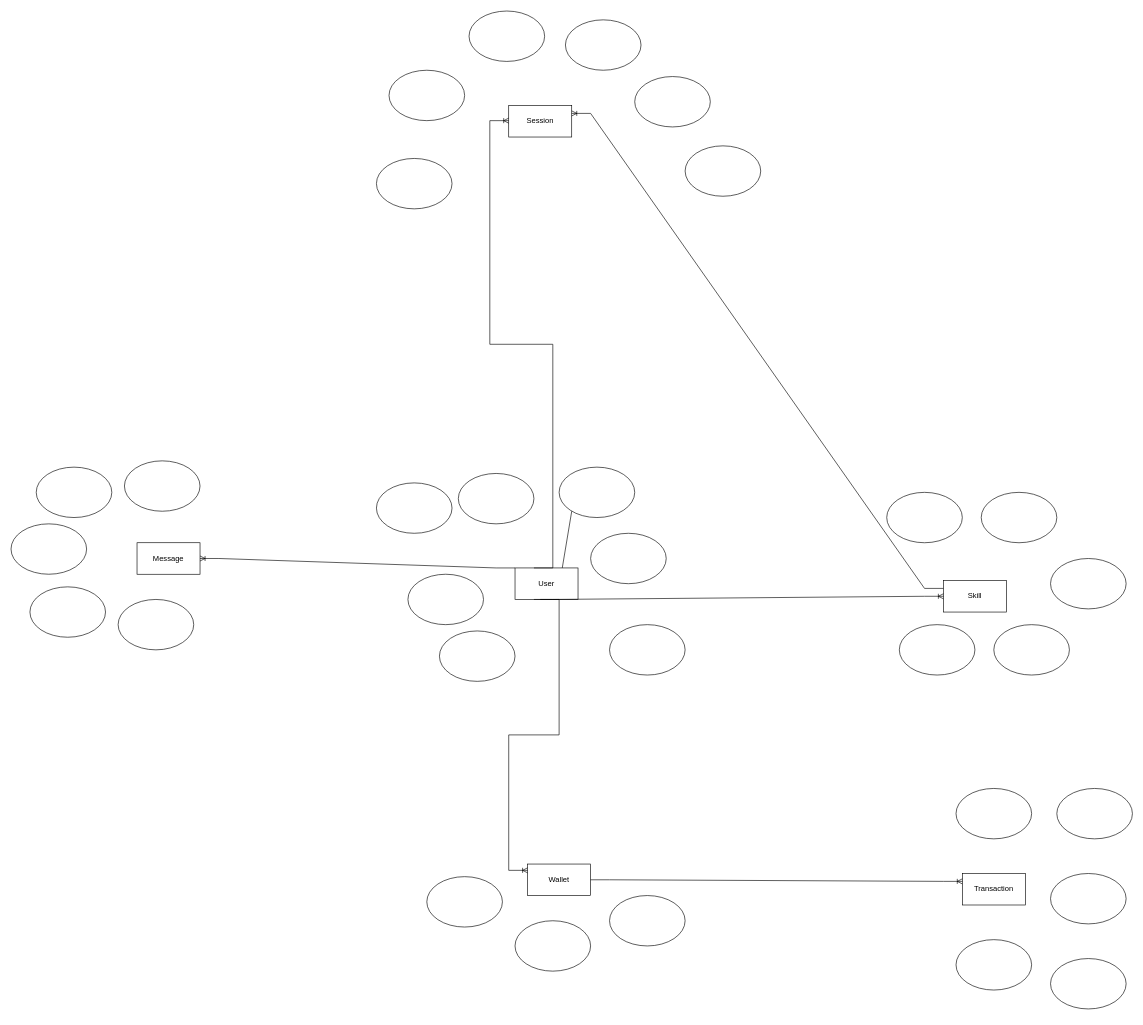
Above: public/ERD.drawio in yousmakhayyam/ESha-repo (draw.io), before the change. Source tidied: cells renumbered, new cells numbered last; positions are measured from the earlier drawing's top-left corner, leaving out a move shared by most shapes. Both pictures are drawn from the tidied source at 63%, with x=0, y=0 at pixel (11, 11).
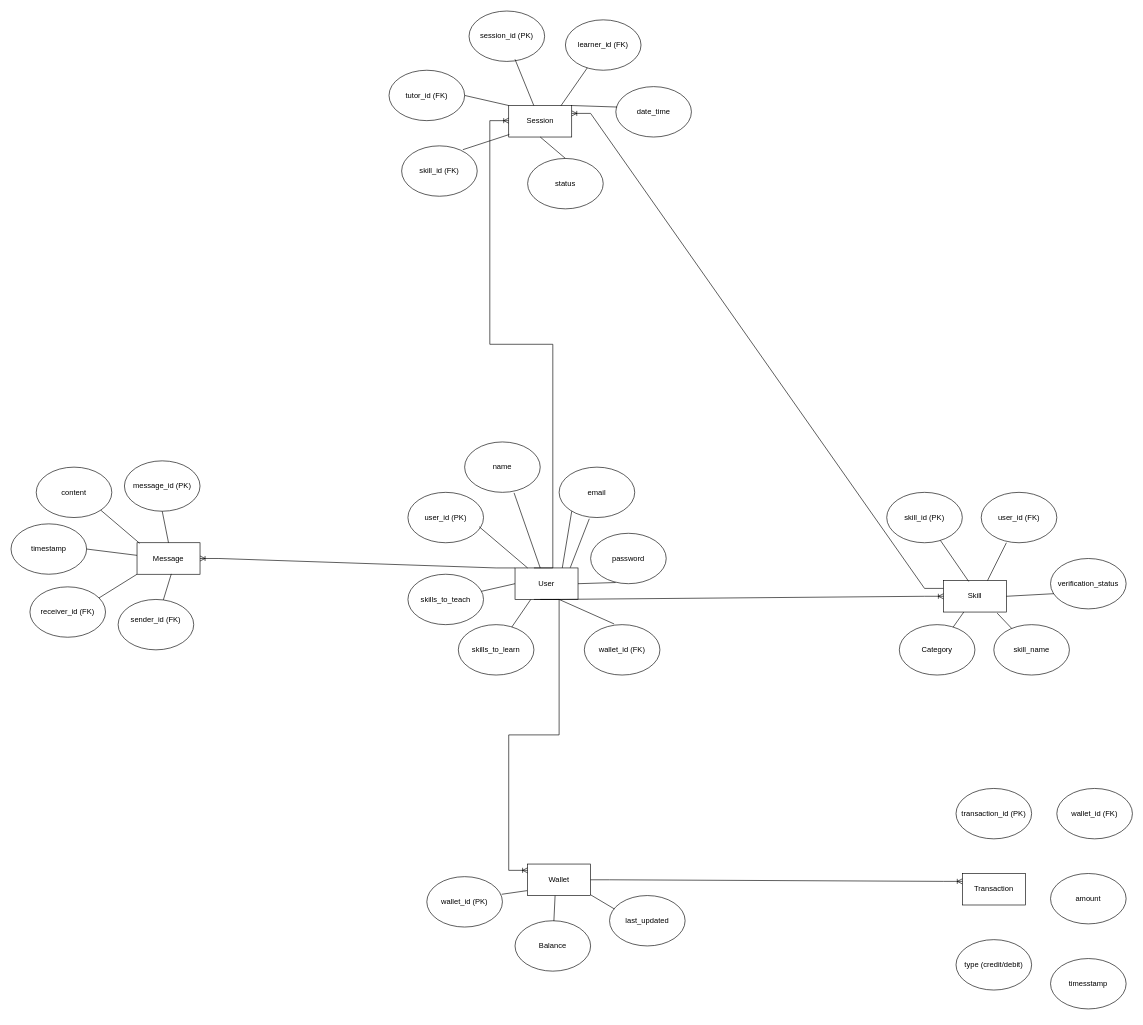
The same diagram, later.

Unchanged cells that the change refers to:
```xml
<mxCell id="2" value="Skill" style="html=1;dashed=0;whiteSpace=wrap;" parent="1" vertex="1">
  <mxGeometry x="1480" y="904" width="100" height="50" as="geometry" />
</mxCell>
<mxCell id="3" value="Message" style="html=1;dashed=0;whiteSpace=wrap;" parent="1" vertex="1">
  <mxGeometry x="200" y="844" width="100" height="50" as="geometry" />
</mxCell>
<mxCell id="5" value="Wallet" style="html=1;dashed=0;whiteSpace=wrap;" parent="1" vertex="1">
  <mxGeometry x="820" y="1354" width="100" height="50" as="geometry" />
</mxCell>
<mxCell id="6" value="User" style="html=1;dashed=0;whiteSpace=wrap;" parent="1" vertex="1">
  <mxGeometry x="800" y="884" width="100" height="50" as="geometry" />
</mxCell>
<mxCell id="7" value="Session" style="html=1;dashed=0;whiteSpace=wrap;" parent="1" vertex="1">
  <mxGeometry x="790" y="150" width="100" height="50" as="geometry" />
</mxCell>
```

What changed in the source:
```diff
@@
-    <mxCell id="8" style="ellipse;whiteSpace=wrap;html=1;" parent="1" vertex="1">
+    <mxCell id="8" value="email" style="ellipse;whiteSpace=wrap;html=1;" parent="1" vertex="1">
       <mxGeometry x="870" y="724" width="120" height="80" as="geometry" />
     </mxCell>
-    <mxCell id="9" style="ellipse;whiteSpace=wrap;html=1;" parent="1" vertex="1">
-      <mxGeometry x="710" y="734" width="120" height="80" as="geometry" />
+    <mxCell id="9" value="name" style="ellipse;whiteSpace=wrap;html=1;" parent="1" vertex="1">
+      <mxGeometry x="720" y="684" width="120" height="80" as="geometry" />
     </mxCell>
-    <mxCell id="10" style="ellipse;whiteSpace=wrap;html=1;" parent="1" vertex="1">
-      <mxGeometry x="950" y="974" width="120" height="80" as="geometry" />
+    <mxCell id="10" value="wallet_id (FK)" style="ellipse;whiteSpace=wrap;html=1;" parent="1" vertex="1">
+      <mxGeometry x="910" y="974" width="120" height="80" as="geometry" />
     </mxCell>
-    <mxCell id="11" style="ellipse;whiteSpace=wrap;html=1;" parent="1" vertex="1">
+    <mxCell id="11" value="password" style="ellipse;whiteSpace=wrap;html=1;" parent="1" vertex="1">
       <mxGeometry x="920" y="829" width="120" height="80" as="geometry" />
     </mxCell>
-    <mxCell id="12" style="ellipse;whiteSpace=wrap;html=1;" parent="1" vertex="1">
-      <mxGeometry x="580" y="749" width="120" height="80" as="geometry" />
+    <mxCell id="12" value="user_id (PK)" style="ellipse;whiteSpace=wrap;html=1;" parent="1" vertex="1">
+      <mxGeometry x="630" y="764" width="120" height="80" as="geometry" />
     </mxCell>
-    <mxCell id="13" style="ellipse;whiteSpace=wrap;html=1;" parent="1" vertex="1">
+    <mxCell id="13" value="wallet_id (PK)" style="ellipse;whiteSpace=wrap;html=1;" parent="1" vertex="1">
       <mxGeometry x="660" y="1374" width="120" height="80" as="geometry" />
     </mxCell>
-    <mxCell id="14" style="ellipse;whiteSpace=wrap;html=1;" parent="1" vertex="1">
+    <mxCell id="14" value="timesstamp" style="ellipse;whiteSpace=wrap;html=1;" parent="1" vertex="1">
       <mxGeometry x="1650" y="1504" width="120" height="80" as="geometry" />
     </mxCell>
-    <mxCell id="15" style="ellipse;whiteSpace=wrap;html=1;" parent="1" vertex="1">
+    <mxCell id="15" value="skill_id (PK)" style="ellipse;whiteSpace=wrap;html=1;" parent="1" vertex="1">
       <mxGeometry x="1390" y="764" width="120" height="80" as="geometry" />
     </mxCell>
-    <mxCell id="16" style="ellipse;whiteSpace=wrap;html=1;" parent="1" vertex="1">
+    <mxCell id="16" value="Category" style="ellipse;whiteSpace=wrap;html=1;" parent="1" vertex="1">
       <mxGeometry x="1410" y="974" width="120" height="80" as="geometry" />
     </mxCell>
-    <mxCell id="17" style="ellipse;whiteSpace=wrap;html=1;" parent="1" vertex="1">
+    <mxCell id="17" value="verification_status" style="ellipse;whiteSpace=wrap;html=1;" parent="1" vertex="1">
       <mxGeometry x="1650" y="869" width="120" height="80" as="geometry" />
     </mxCell>
-    <mxCell id="18" style="ellipse;whiteSpace=wrap;html=1;" parent="1" vertex="1">
+    <mxCell id="18" value="user_id (FK)" style="ellipse;whiteSpace=wrap;html=1;" parent="1" vertex="1">
       <mxGeometry x="1540" y="764" width="120" height="80" as="geometry" />
     </mxCell>
-    <mxCell id="19" style="ellipse;whiteSpace=wrap;html=1;" parent="1" vertex="1">
+    <mxCell id="19" value="skill_name" style="ellipse;whiteSpace=wrap;html=1;" parent="1" vertex="1">
       <mxGeometry x="1560" y="974" width="120" height="80" as="geometry" />
     </mxCell>
-    <mxCell id="20" style="ellipse;whiteSpace=wrap;html=1;" parent="1" vertex="1">
+    <mxCell id="20" value="amount" style="ellipse;whiteSpace=wrap;html=1;" parent="1" vertex="1">
       <mxGeometry x="1650" y="1369" width="120" height="80" as="geometry" />
     </mxCell>
-    <mxCell id="21" style="ellipse;whiteSpace=wrap;html=1;" parent="1" vertex="1">
-      <mxGeometry x="680" y="984" width="120" height="80" as="geometry" />
+    <mxCell id="21" value="skills_to_learn" style="ellipse;whiteSpace=wrap;html=1;" parent="1" vertex="1">
+      <mxGeometry x="710" y="974" width="120" height="80" as="geometry" />
     </mxCell>
-    <mxCell id="22" style="ellipse;whiteSpace=wrap;html=1;" parent="1" vertex="1">
+    <mxCell id="22" value="type (credit/debit)" style="ellipse;whiteSpace=wrap;html=1;" parent="1" vertex="1">
       <mxGeometry x="1500" y="1474" width="120" height="80" as="geometry" />
     </mxCell>
-    <mxCell id="23" style="ellipse;whiteSpace=wrap;html=1;" parent="1" vertex="1">
+    <mxCell id="23" value="skills_to_teach" style="ellipse;whiteSpace=wrap;html=1;" parent="1" vertex="1">
       <mxGeometry x="630" y="894" width="120" height="80" as="geometry" />
     </mxCell>
@@
-    <mxCell id="25" style="ellipse;whiteSpace=wrap;html=1;" parent="1" vertex="1">
+    <mxCell id="25" value="timestamp" style="ellipse;whiteSpace=wrap;html=1;" parent="1" vertex="1">
       <mxGeometry y="814" width="120" height="80" as="geometry" />
     </mxCell>
-    <mxCell id="26" style="ellipse;whiteSpace=wrap;html=1;" parent="1" vertex="1">
+    <mxCell id="26" value="content" style="ellipse;whiteSpace=wrap;html=1;" parent="1" vertex="1">
       <mxGeometry x="40" y="724" width="120" height="80" as="geometry" />
     </mxCell>
-    <mxCell id="27" style="ellipse;whiteSpace=wrap;html=1;" parent="1" vertex="1">
+    <mxCell id="27" value="receiver_id (FK)" style="ellipse;whiteSpace=wrap;html=1;" parent="1" vertex="1">
       <mxGeometry x="30" y="914" width="120" height="80" as="geometry" />
     </mxCell>
-    <mxCell id="28" style="ellipse;whiteSpace=wrap;html=1;" parent="1" vertex="1">
+    <mxCell id="28" value="&#10;sender_id (FK)&#10;&#10;" style="ellipse;whiteSpace=wrap;html=1;" parent="1" vertex="1">
       <mxGeometry x="170" y="934" width="120" height="80" as="geometry" />
     </mxCell>
-    <mxCell id="29" style="ellipse;whiteSpace=wrap;html=1;" parent="1" vertex="1">
+    <mxCell id="29" value="message_id (PK)" style="ellipse;whiteSpace=wrap;html=1;" parent="1" vertex="1">
       <mxGeometry x="180" y="714" width="120" height="80" as="geometry" />
     </mxCell>
-    <mxCell id="30" style="ellipse;whiteSpace=wrap;html=1;" parent="1" vertex="1">
+    <mxCell id="30" value="Balance" style="ellipse;whiteSpace=wrap;html=1;" parent="1" vertex="1">
       <mxGeometry x="800" y="1444" width="120" height="80" as="geometry" />
     </mxCell>
-    <mxCell id="31" style="ellipse;whiteSpace=wrap;html=1;" parent="1" vertex="1">
+    <mxCell id="31" value="last_updated" style="ellipse;whiteSpace=wrap;html=1;" parent="1" vertex="1">
       <mxGeometry x="950" y="1404" width="120" height="80" as="geometry" />
     </mxCell>
-    <mxCell id="32" style="ellipse;whiteSpace=wrap;html=1;" parent="1" vertex="1">
+    <mxCell id="32" value="transaction_id (PK)" style="ellipse;whiteSpace=wrap;html=1;" parent="1" vertex="1">
       <mxGeometry x="1500" y="1234" width="120" height="80" as="geometry" />
     </mxCell>
-    <mxCell id="33" style="ellipse;whiteSpace=wrap;html=1;" parent="1" vertex="1">
+    <mxCell id="33" value="wallet_id (FK)" style="ellipse;whiteSpace=wrap;html=1;" parent="1" vertex="1">
       <mxGeometry x="1660" y="1234" width="120" height="80" as="geometry" />
     </mxCell>
-    <mxCell id="34" style="ellipse;whiteSpace=wrap;html=1;" parent="1" vertex="1">
+    <mxCell id="34" value="session_id (PK)" style="ellipse;whiteSpace=wrap;html=1;" parent="1" vertex="1">
       <mxGeometry x="727" width="120" height="80" as="geometry" />
     </mxCell>
-    <mxCell id="35" style="ellipse;whiteSpace=wrap;html=1;" parent="1" vertex="1">
+    <mxCell id="35" value="learner_id (FK)" style="ellipse;whiteSpace=wrap;html=1;" parent="1" vertex="1">
       <mxGeometry x="880" y="14" width="120" height="80" as="geometry" />
     </mxCell>
-    <mxCell id="36" style="ellipse;whiteSpace=wrap;html=1;" parent="1" vertex="1">
+    <mxCell id="36" value="tutor_id (FK)" style="ellipse;whiteSpace=wrap;html=1;" parent="1" vertex="1">
       <mxGeometry x="600" y="94" width="120" height="80" as="geometry" />
     </mxCell>
-    <mxCell id="37" style="ellipse;whiteSpace=wrap;html=1;" parent="1" vertex="1">
-      <mxGeometry x="580" y="234" width="120" height="80" as="geometry" />
+    <mxCell id="37" value="skill_id (FK)" style="ellipse;whiteSpace=wrap;html=1;" parent="1" vertex="1">
+      <mxGeometry x="620" y="214" width="120" height="80" as="geometry" />
     </mxCell>
-    <mxCell id="38" style="ellipse;whiteSpace=wrap;html=1;" parent="1" vertex="1">
-      <mxGeometry x="990" y="104" width="120" height="80" as="geometry" />
+    <mxCell id="38" value="date_time" style="ellipse;whiteSpace=wrap;html=1;" parent="1" vertex="1">
+      <mxGeometry x="960" y="120" width="120" height="80" as="geometry" />
     </mxCell>
-    <mxCell id="39" style="ellipse;whiteSpace=wrap;html=1;" parent="1" vertex="1">
-      <mxGeometry x="1070" y="214" width="120" height="80" as="geometry" />
+    <mxCell id="39" value="status" style="ellipse;whiteSpace=wrap;html=1;" parent="1" vertex="1">
+      <mxGeometry x="820" y="234" width="120" height="80" as="geometry" />
     </mxCell>
@@
+    <mxCell id="47" style="endArrow=none;html=1;rounded=0;exitX=0.81;exitY=0.076;exitDx=0;exitDy=0;exitPerimeter=0;entryX=0.01;entryY=0.919;entryDx=0;entryDy=0;entryPerimeter=0;" parent="1" edge="1" source="37" target="7">
+      <mxGeometry relative="1" as="geometry" />
+    </mxCell>
+    <mxCell id="48" style="endArrow=none;html=1;rounded=0;exitX=1;exitY=0.5;exitDx=0;exitDy=0;entryX=0;entryY=0;entryDx=0;entryDy=0;" parent="1" edge="1" source="36" target="7">
+      <mxGeometry relative="1" as="geometry" />
+    </mxCell>
+    <mxCell id="49" style="endArrow=none;html=1;rounded=0;exitX=0.608;exitY=0.958;exitDx=0;exitDy=0;exitPerimeter=0;" parent="1" edge="1" source="34" target="7">
+      <mxGeometry relative="1" as="geometry" />
+    </mxCell>
+    <mxCell id="50" style="endArrow=none;html=1;rounded=0;entryX=0.829;entryY=0.007;entryDx=0;entryDy=0;entryPerimeter=0;" parent="1" edge="1" source="35" target="7">
+      <mxGeometry relative="1" as="geometry" />
+    </mxCell>
+    <mxCell id="51" style="endArrow=none;html=1;rounded=0;exitX=1;exitY=0;exitDx=0;exitDy=0;entryX=0.018;entryY=0.405;entryDx=0;entryDy=0;entryPerimeter=0;" parent="1" edge="1" source="7" target="38">
+      <mxGeometry relative="1" as="geometry" />
+    </mxCell>
+    <mxCell id="52" style="endArrow=none;html=1;rounded=0;exitX=0.5;exitY=1;exitDx=0;exitDy=0;entryX=0.5;entryY=0;entryDx=0;entryDy=0;" parent="1" edge="1" source="7" target="39">
+      <mxGeometry relative="1" as="geometry" />
+    </mxCell>
+    <mxCell id="53" style="endArrow=none;html=1;rounded=0;exitX=0.942;exitY=0.682;exitDx=0;exitDy=0;entryX=0.2;entryY=0;entryDx=0;entryDy=0;exitPerimeter=0;entryPerimeter=0;" parent="1" edge="1" source="12" target="6">
+      <mxGeometry relative="1" as="geometry" />
+    </mxCell>
+    <mxCell id="54" style="endArrow=none;html=1;rounded=0;exitX=0.654;exitY=1.011;exitDx=0;exitDy=0;exitPerimeter=0;" parent="1" edge="1" source="9">
+      <mxGeometry relative="1" as="geometry">
+        <mxPoint x="840" y="884" as="targetPoint" />
+      </mxGeometry>
+    </mxCell>
+    <mxCell id="55" style="endArrow=none;html=1;rounded=0;exitX=0.399;exitY=1.025;exitDx=0;exitDy=0;entryX=0.876;entryY=-0.006;entryDx=0;entryDy=0;exitPerimeter=0;entryPerimeter=0;" parent="1" edge="1" source="8" target="6">
+      <mxGeometry relative="1" as="geometry" />
+    </mxCell>
+    <mxCell id="56" style="endArrow=none;html=1;rounded=0;exitX=1;exitY=0.5;exitDx=0;exitDy=0;entryX=0.33;entryY=0.977;entryDx=0;entryDy=0;entryPerimeter=0;" parent="1" edge="1" source="6" target="11">
+      <mxGeometry relative="1" as="geometry" />
+    </mxCell>
+    <mxCell id="57" style="endArrow=none;html=1;rounded=0;entryX=0;entryY=0.5;entryDx=0;entryDy=0;" parent="1" edge="1" source="23" target="6">
+      <mxGeometry relative="1" as="geometry" />
+    </mxCell>
+    <mxCell id="58" style="endArrow=none;html=1;rounded=0;exitX=0.25;exitY=1;exitDx=0;exitDy=0;" parent="1" edge="1" source="6" target="21">
+      <mxGeometry relative="1" as="geometry" />
+    </mxCell>
+    <mxCell id="59" style="endArrow=none;html=1;rounded=0;entryX=0.394;entryY=-0.014;entryDx=0;entryDy=0;entryPerimeter=0;" parent="1" edge="1" target="10">
+      <mxGeometry relative="1" as="geometry">
+        <mxPoint x="870" y="934" as="sourcePoint" />
+      </mxGeometry>
+    </mxCell>
+    <mxCell id="60" style="endArrow=none;html=1;rounded=0;exitX=0.5;exitY=1;exitDx=0;exitDy=0;entryX=0.5;entryY=0;entryDx=0;entryDy=0;" parent="1" edge="1" source="29" target="3">
+      <mxGeometry relative="1" as="geometry" />
+    </mxCell>
+    <mxCell id="61" style="endArrow=none;html=1;rounded=0;exitX=1;exitY=1;exitDx=0;exitDy=0;entryX=0.041;entryY=0.017;entryDx=0;entryDy=0;entryPerimeter=0;" parent="1" edge="1" source="26" target="3">
+      <mxGeometry relative="1" as="geometry" />
+    </mxCell>
+    <mxCell id="62" style="endArrow=none;html=1;rounded=0;exitX=1;exitY=0.5;exitDx=0;exitDy=0;" parent="1" edge="1" source="25">
+      <mxGeometry relative="1" as="geometry">
+        <mxPoint x="200" y="864" as="targetPoint" />
+      </mxGeometry>
+    </mxCell>
+    <mxCell id="63" style="endArrow=none;html=1;rounded=0;exitX=0.913;exitY=0.221;exitDx=0;exitDy=0;entryX=0;entryY=1;entryDx=0;entryDy=0;exitPerimeter=0;" parent="1" edge="1" source="27" target="3">
+      <mxGeometry relative="1" as="geometry" />
+    </mxCell>
+    <mxCell id="64" style="endArrow=none;html=1;rounded=0;exitX=0.544;exitY=0.989;exitDx=0;exitDy=0;exitPerimeter=0;" parent="1" edge="1" source="3" target="28">
+      <mxGeometry relative="1" as="geometry" />
+    </mxCell>
+    <mxCell id="65" style="endArrow=none;html=1;rounded=0;entryX=0.401;entryY=0.029;entryDx=0;entryDy=0;entryPerimeter=0;" parent="1" edge="1" source="15" target="2">
+      <mxGeometry relative="1" as="geometry" />
+    </mxCell>
+    <mxCell id="66" style="endArrow=none;html=1;rounded=0;exitX=0.333;exitY=1;exitDx=0;exitDy=0;entryX=0.7;entryY=0;entryDx=0;entryDy=0;exitPerimeter=0;entryPerimeter=0;" parent="1" edge="1" source="18" target="2">
+      <mxGeometry relative="1" as="geometry" />
+    </mxCell>
+    <mxCell id="67" style="endArrow=none;html=1;rounded=0;exitX=1;exitY=0.5;exitDx=0;exitDy=0;entryX=0.046;entryY=0.698;entryDx=0;entryDy=0;entryPerimeter=0;" parent="1" edge="1" source="2" target="17">
+      <mxGeometry relative="1" as="geometry" />
+    </mxCell>
+    <mxCell id="68" style="endArrow=none;html=1;rounded=0;exitX=0.853;exitY=1.034;exitDx=0;exitDy=0;exitPerimeter=0;" parent="1" edge="1" source="2" target="19">
+      <mxGeometry relative="1" as="geometry" />
+    </mxCell>
+    <mxCell id="69" style="endArrow=none;html=1;rounded=0;" parent="1" edge="1" source="2" target="16">
+      <mxGeometry relative="1" as="geometry" />
+    </mxCell>
+    <mxCell id="70" style="endArrow=none;html=1;rounded=0;exitX=0.99;exitY=0.35;exitDx=0;exitDy=0;exitPerimeter=0;entryX=-0.008;entryY=0.844;entryDx=0;entryDy=0;entryPerimeter=0;" parent="1" edge="1" source="13" target="5">
+      <mxGeometry relative="1" as="geometry" />
+    </mxCell>
+    <mxCell id="71" style="endArrow=none;html=1;rounded=0;exitX=0.436;exitY=1.004;exitDx=0;exitDy=0;entryX=0.514;entryY=0.005;entryDx=0;entryDy=0;exitPerimeter=0;entryPerimeter=0;" parent="1" edge="1" source="5" target="30">
+      <mxGeometry relative="1" as="geometry" />
+    </mxCell>
+    <mxCell id="72" style="endArrow=none;html=1;rounded=0;exitX=1;exitY=0.977;exitDx=0;exitDy=0;exitPerimeter=0;entryX=0.063;entryY=0.265;entryDx=0;entryDy=0;entryPerimeter=0;" parent="1" edge="1" source="5" target="31">
+      <mxGeometry relative="1" as="geometry" />
+    </mxCell>
```
